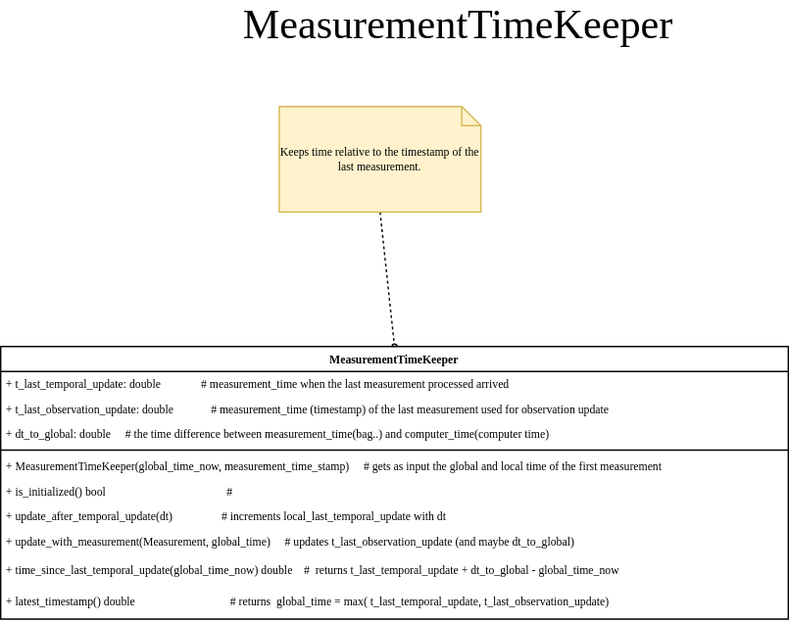
jotix16/Localization_Fusion_Library keeps this draw.io diagram as design/UML/images/LocalizationFusionLibrary_UML-MeasurementTimeKeeper.svg. Above is the earlier version. Source tidied: cells renumbered, new cells last; positions are measured from the earlier drawing's top-left corner, leaving out a move shared by most shapes. The source it was exported from:
```xml
<mxGraphModel>
  <root>
    <mxCell id="0" />
    <mxCell id="1" parent="0" />
    <mxCell id="2" style="edgeStyle=none;rounded=0;jumpSize=6;jettySize=auto;html=1;exitX=0.5;exitY=1;exitDx=0;exitDy=0;exitPerimeter=0;strokeWidth=1;dashed=1;fontFamily=Verdana;fontSize=12;labelBackgroundColor=none;endFill=0;endArrow=oval;endSize=5;startFill=0;startSize=5;entryX=0.5;entryY=0;entryDx=0;entryDy=0;" parent="1" edge="1" source="3" target="4">
      <mxGeometry relative="1" as="geometry" />
    </mxCell>
    <mxCell id="3" value="Keeps time relative to the timestamp of the last measurement." style="shape=note;whiteSpace=wrap;html=1;rounded=0;shadow=0;comic=0;labelBackgroundColor=none;strokeWidth=1;fontFamily=Verdana;fontSize=12;align=center;size=20;fillColor=#fff2cc;strokeColor=#d6b656;" parent="1" vertex="1">
      <mxGeometry x="290" y="100" width="210" height="110" as="geometry" />
    </mxCell>
    <mxCell id="4" value="MeasurementTimeKeeper" style="swimlane;fontStyle=1;align=center;verticalAlign=top;horizontal=1;startSize=26;fontFamily=Verdana;" parent="1" vertex="1">
      <mxGeometry y="350" width="820" height="284" as="geometry" />
    </mxCell>
    <mxCell id="5" value="+ t_last_temporal_update: double              # measurement_time when the last measurement processed arrived" style="text;strokeColor=none;fillColor=none;align=left;verticalAlign=top;spacingLeft=4;spacingRight=4;overflow=hidden;fontFamily=Verdana;" parent="4" vertex="1">
      <mxGeometry y="26" width="820" height="26" as="geometry" />
    </mxCell>
    <mxCell id="6" value="+ t_last_observation_update: double             # measurement_time (timestamp) of the last measurement used for observation update" style="text;strokeColor=none;fillColor=none;align=left;verticalAlign=top;spacingLeft=4;spacingRight=4;overflow=hidden;fontFamily=Verdana;" parent="4" vertex="1">
      <mxGeometry y="52" width="820" height="26" as="geometry" />
    </mxCell>
    <mxCell id="7" value="+ dt_to_global: double     # the time difference between measurement_time(bag..) and computer_time(computer time)" style="text;strokeColor=none;fillColor=none;align=left;verticalAlign=top;spacingLeft=4;spacingRight=4;overflow=hidden;fontFamily=Verdana;" parent="4" vertex="1">
      <mxGeometry y="78" width="820" height="26" as="geometry" />
    </mxCell>
    <mxCell id="8" style="line;strokeWidth=1;fillColor=none;align=left;verticalAlign=middle;spacingTop=-1;spacingLeft=3;spacingRight=3;labelPosition=right;fontFamily=Verdana;" parent="4" vertex="1">
      <mxGeometry y="104" width="820" height="8" as="geometry" />
    </mxCell>
    <mxCell id="9" value="+ MeasurementTimeKeeper(global_time_now, measurement_time_stamp)     # gets as input the global and local time of the first measurement" style="text;strokeColor=none;fillColor=none;align=left;verticalAlign=top;spacingLeft=4;spacingRight=4;overflow=hidden;fontFamily=Verdana;" parent="4" vertex="1">
      <mxGeometry y="112" width="820" height="26" as="geometry" />
    </mxCell>
    <mxCell id="10" value="+ is_initialized() bool                                          # " style="text;strokeColor=none;fillColor=none;align=left;verticalAlign=top;spacingLeft=4;spacingRight=4;overflow=hidden;fontFamily=Verdana;" parent="4" vertex="1">
      <mxGeometry y="138" width="820" height="26" as="geometry" />
    </mxCell>
    <mxCell id="11" value="+ update_after_temporal_update(dt)                 # increments local_last_temporal_update with dt" style="text;strokeColor=none;fillColor=none;align=left;verticalAlign=top;spacingLeft=4;spacingRight=4;overflow=hidden;fontFamily=Verdana;" parent="4" vertex="1">
      <mxGeometry y="164" width="820" height="26" as="geometry" />
    </mxCell>
    <mxCell id="12" value="+ update_with_measurement(Measurement, global_time)     # updates t_last_observation_update (and maybe dt_to_global)" style="text;strokeColor=none;fillColor=none;align=left;verticalAlign=top;spacingLeft=4;spacingRight=4;overflow=hidden;fontFamily=Verdana;" parent="4" vertex="1">
      <mxGeometry y="190" width="820" height="30" as="geometry" />
    </mxCell>
    <mxCell id="13" value="+ time_since_last_temporal_update(global_time_now) double    #  returns t_last_temporal_update + dt_to_global - global_time_now" style="text;strokeColor=none;fillColor=none;align=left;verticalAlign=top;spacingLeft=4;spacingRight=4;overflow=hidden;fontFamily=Verdana;" parent="4" vertex="1">
      <mxGeometry y="220" width="820" height="32" as="geometry" />
    </mxCell>
    <mxCell id="14" value="+ latest_timestamp() double                                 # returns  global_time = max( t_last_temporal_update, t_last_observation_update)" style="text;strokeColor=none;fillColor=none;align=left;verticalAlign=top;spacingLeft=4;spacingRight=4;overflow=hidden;fontFamily=Verdana;" parent="4" vertex="1">
      <mxGeometry y="252" width="820" height="32" as="geometry" />
    </mxCell>
    <mxCell id="15" value="&lt;font color=&quot;#000000&quot; style=&quot;font-size: 43px&quot;&gt;MeasurementTimeKeeper&lt;/font&gt;" style="text;html=1;align=center;verticalAlign=middle;fontSize=12;fontColor=#67AB9F;fontFamily=Verdana;" parent="1" vertex="1">
      <mxGeometry x="196" width="560" height="30" as="geometry" />
    </mxCell>
  </root>
</mxGraphModel>
```
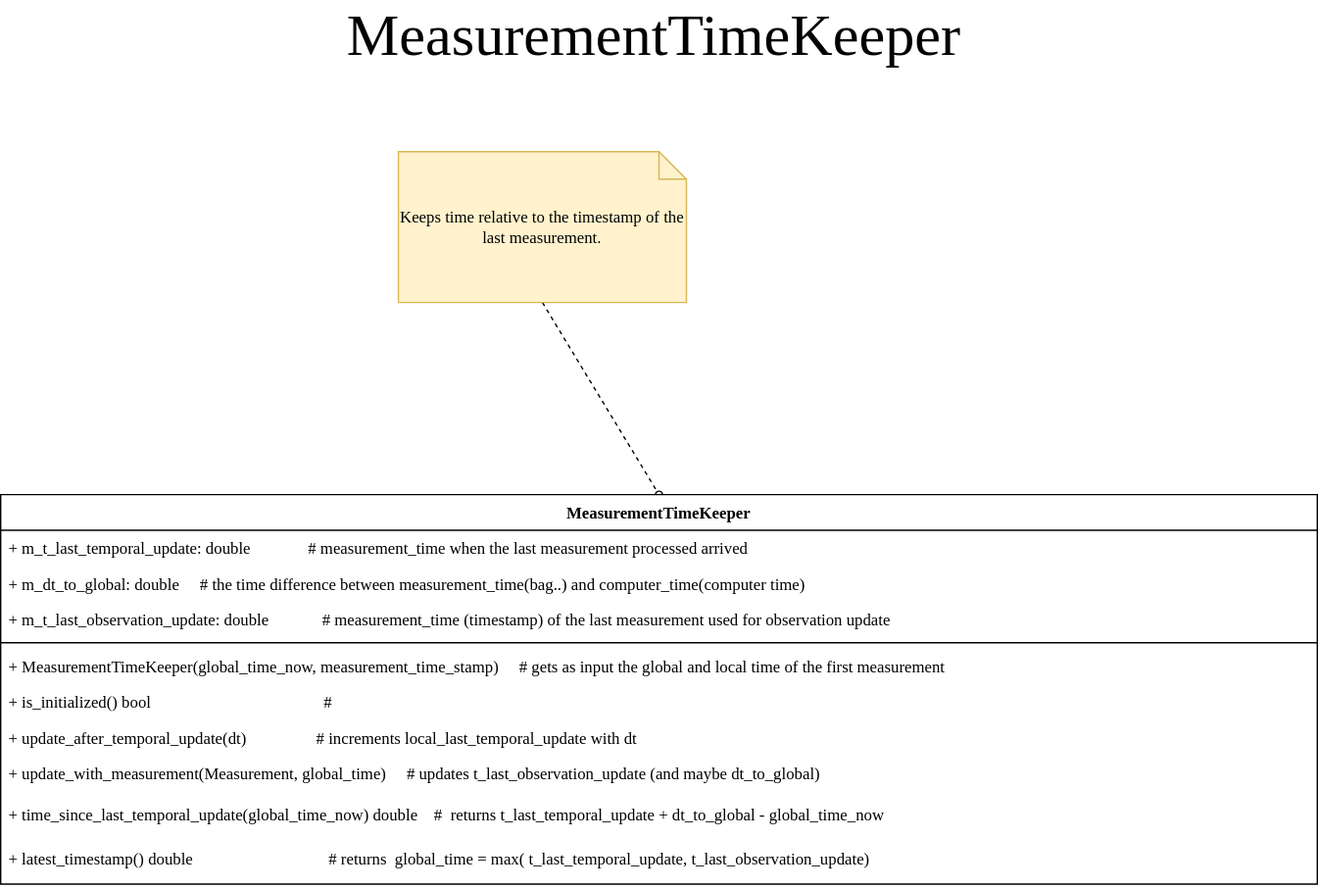
Later version of the same file.

What changed in the source:
```diff
@@ -9,37 +9,37 @@
       <mxGeometry x="290" y="100" width="210" height="110" as="geometry" />
     </mxCell>
     <mxCell id="4" value="MeasurementTimeKeeper" style="swimlane;fontStyle=1;align=center;verticalAlign=top;horizontal=1;startSize=26;fontFamily=Verdana;" parent="1" vertex="1">
-      <mxGeometry y="350" width="820" height="284" as="geometry" />
+      <mxGeometry y="350" width="960" height="284" as="geometry" />
     </mxCell>
-    <mxCell id="5" value="+ t_last_temporal_update: double              # measurement_time when the last measurement processed arrived" style="text;strokeColor=none;fillColor=none;align=left;verticalAlign=top;spacingLeft=4;spacingRight=4;overflow=hidden;fontFamily=Verdana;" parent="4" vertex="1">
-      <mxGeometry y="26" width="820" height="26" as="geometry" />
+    <mxCell id="5" value="+ m_t_last_temporal_update: double              # measurement_time when the last measurement processed arrived" style="text;strokeColor=none;fillColor=none;align=left;verticalAlign=top;spacingLeft=4;spacingRight=4;overflow=hidden;fontFamily=Verdana;" parent="4" vertex="1">
+      <mxGeometry y="26" width="960" height="26" as="geometry" />
     </mxCell>
+    <mxCell id="7" value="+ m_dt_to_global: double     # the time difference between measurement_time(bag..) and computer_time(computer time)" style="text;strokeColor=none;fillColor=none;align=left;verticalAlign=top;spacingLeft=4;spacingRight=4;overflow=hidden;fontFamily=Verdana;" parent="4" vertex="1">
+      <mxGeometry y="52" width="960" height="26" as="geometry" />
+    </mxCell>
-    <mxCell id="6" value="+ t_last_observation_update: double             # measurement_time (timestamp) of the last measurement used for observation update" style="text;strokeColor=none;fillColor=none;align=left;verticalAlign=top;spacingLeft=4;spacingRight=4;overflow=hidden;fontFamily=Verdana;" parent="4" vertex="1">
-      <mxGeometry y="52" width="820" height="26" as="geometry" />
+    <mxCell id="6" value="+ m_t_last_observation_update: double             # measurement_time (timestamp) of the last measurement used for observation update" style="text;strokeColor=none;fillColor=none;align=left;verticalAlign=top;spacingLeft=4;spacingRight=4;overflow=hidden;fontFamily=Verdana;" parent="4" vertex="1">
+      <mxGeometry y="78" width="960" height="26" as="geometry" />
     </mxCell>
-    <mxCell id="7" value="+ dt_to_global: double     # the time difference between measurement_time(bag..) and computer_time(computer time)" style="text;strokeColor=none;fillColor=none;align=left;verticalAlign=top;spacingLeft=4;spacingRight=4;overflow=hidden;fontFamily=Verdana;" parent="4" vertex="1">
-      <mxGeometry y="78" width="820" height="26" as="geometry" />
-    </mxCell>
     <mxCell id="8" style="line;strokeWidth=1;fillColor=none;align=left;verticalAlign=middle;spacingTop=-1;spacingLeft=3;spacingRight=3;labelPosition=right;fontFamily=Verdana;" parent="4" vertex="1">
-      <mxGeometry y="104" width="820" height="8" as="geometry" />
+      <mxGeometry y="104" width="960" height="8" as="geometry" />
     </mxCell>
     <mxCell id="9" value="+ MeasurementTimeKeeper(global_time_now, measurement_time_stamp)     # gets as input the global and local time of the first measurement" style="text;strokeColor=none;fillColor=none;align=left;verticalAlign=top;spacingLeft=4;spacingRight=4;overflow=hidden;fontFamily=Verdana;" parent="4" vertex="1">
-      <mxGeometry y="112" width="820" height="26" as="geometry" />
+      <mxGeometry y="112" width="960" height="26" as="geometry" />
     </mxCell>
     <mxCell id="10" value="+ is_initialized() bool                                          # " style="text;strokeColor=none;fillColor=none;align=left;verticalAlign=top;spacingLeft=4;spacingRight=4;overflow=hidden;fontFamily=Verdana;" parent="4" vertex="1">
-      <mxGeometry y="138" width="820" height="26" as="geometry" />
+      <mxGeometry y="138" width="960" height="26" as="geometry" />
     </mxCell>
     <mxCell id="11" value="+ update_after_temporal_update(dt)                 # increments local_last_temporal_update with dt" style="text;strokeColor=none;fillColor=none;align=left;verticalAlign=top;spacingLeft=4;spacingRight=4;overflow=hidden;fontFamily=Verdana;" parent="4" vertex="1">
-      <mxGeometry y="164" width="820" height="26" as="geometry" />
+      <mxGeometry y="164" width="960" height="26" as="geometry" />
     </mxCell>
     <mxCell id="12" value="+ update_with_measurement(Measurement, global_time)     # updates t_last_observation_update (and maybe dt_to_global)" style="text;strokeColor=none;fillColor=none;align=left;verticalAlign=top;spacingLeft=4;spacingRight=4;overflow=hidden;fontFamily=Verdana;" parent="4" vertex="1">
-      <mxGeometry y="190" width="820" height="30" as="geometry" />
+      <mxGeometry y="190" width="960" height="30" as="geometry" />
     </mxCell>
     <mxCell id="13" value="+ time_since_last_temporal_update(global_time_now) double    #  returns t_last_temporal_update + dt_to_global - global_time_now" style="text;strokeColor=none;fillColor=none;align=left;verticalAlign=top;spacingLeft=4;spacingRight=4;overflow=hidden;fontFamily=Verdana;" parent="4" vertex="1">
-      <mxGeometry y="220" width="820" height="32" as="geometry" />
+      <mxGeometry y="220" width="960" height="32" as="geometry" />
     </mxCell>
     <mxCell id="14" value="+ latest_timestamp() double                                 # returns  global_time = max( t_last_temporal_update, t_last_observation_update)" style="text;strokeColor=none;fillColor=none;align=left;verticalAlign=top;spacingLeft=4;spacingRight=4;overflow=hidden;fontFamily=Verdana;" parent="4" vertex="1">
-      <mxGeometry y="252" width="820" height="32" as="geometry" />
+      <mxGeometry y="252" width="960" height="32" as="geometry" />
     </mxCell>
     <mxCell id="15" value="&lt;font color=&quot;#000000&quot; style=&quot;font-size: 43px&quot;&gt;MeasurementTimeKeeper&lt;/font&gt;" style="text;html=1;align=center;verticalAlign=middle;fontSize=12;fontColor=#67AB9F;fontFamily=Verdana;" parent="1" vertex="1">
       <mxGeometry x="196" width="560" height="30" as="geometry" />
```
